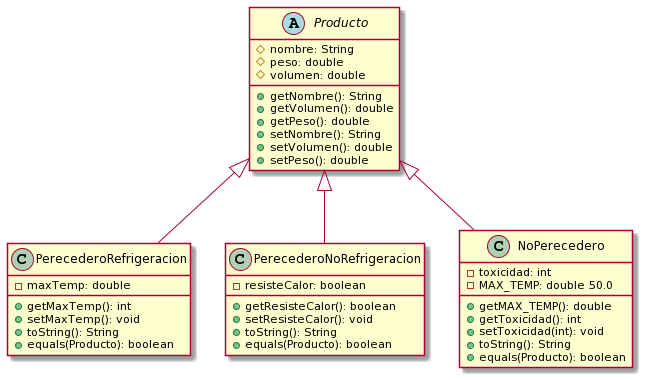
Before: Taller2_Contenedores/docs/class_diagrams/producto.png, a diagram exported from PlantUML (zejiran/object-oriented-design-and-programming).
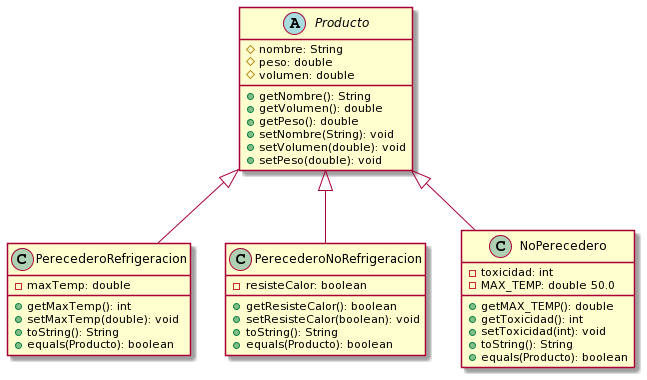
Above is the later version.

Commit message:
Fix: old diagrams correction

Change to the diagram source:
```diff
@@ -6,15 +6,15 @@
  + getNombre(): String
  + getVolumen(): double
  + getPeso(): double
- + setNombre(): String
- + setVolumen(): double
- + setPeso(): double
+ + setNombre(String): void
+ + setVolumen(double): void
+ + setPeso(double): void
 }
 
 class PerecederoRefrigeracion {
  - maxTemp: double
  + getMaxTemp(): int
- + setMaxTemp(): void
+ + setMaxTemp(double): void
  + toString(): String
  + equals(Producto): boolean
 }
@@ -22,7 +22,7 @@
 class PerecederoNoRefrigeracion {
  - resisteCalor: boolean
  + getResisteCalor(): boolean
- + setResisteCalor(): void
+ + setResisteCalor(boolean): void
  + toString(): String
  + equals(Producto): boolean
 }
```
